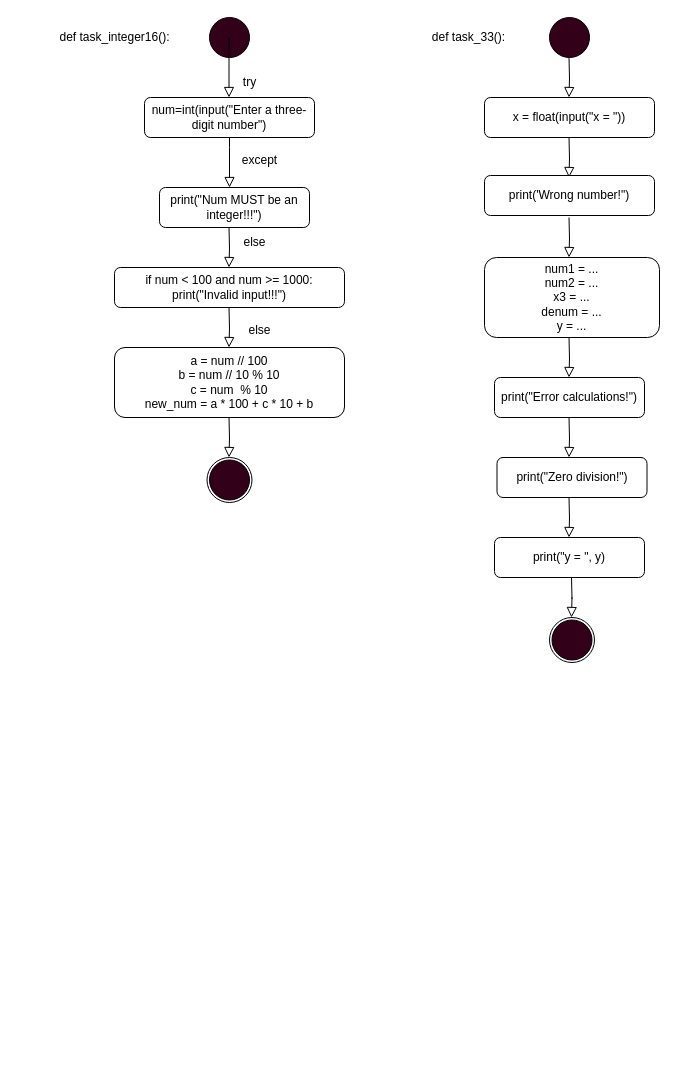
Earlier version of the draw.io diagram Диаграмма без названия.drawio (Lersis09/lr1_oop). Source tidied: cells renumbered, new cells numbered last; positions are measured from the earlier drawing's top-left corner, leaving out a move shared by most shapes. Both pictures are drawn from the tidied source at 100%, with x=0, y=0 at pixel (49, 17).
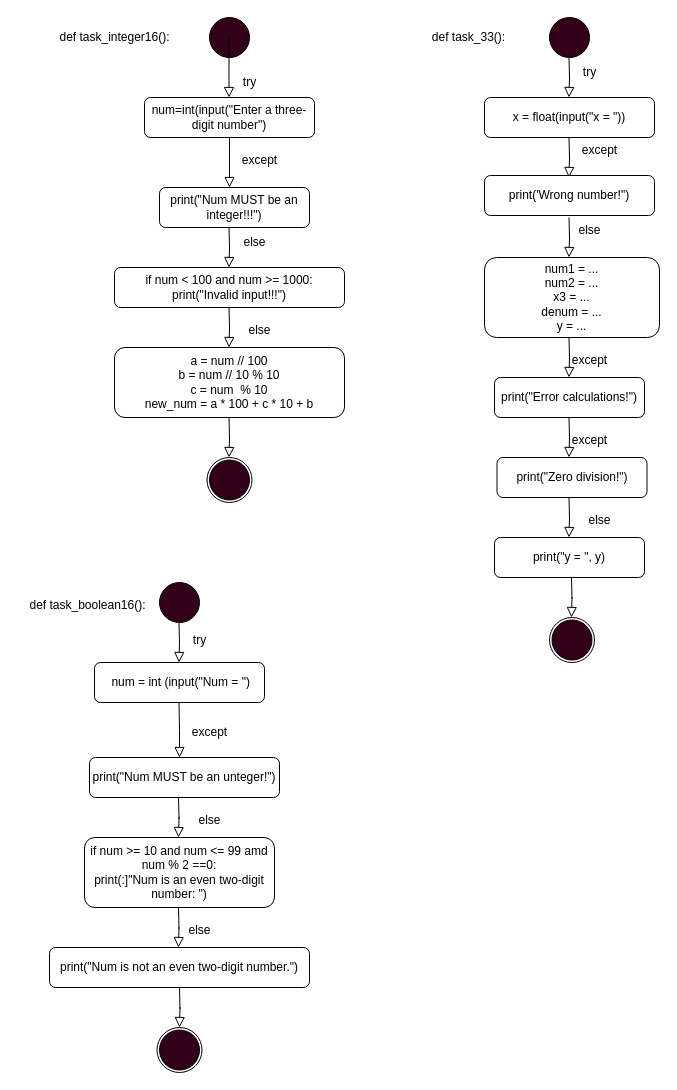
The same page after the edit.

Change to the diagram source:
```diff
@@
+    <mxCell id="36" style="verticalLabelPosition=bottom;verticalAlign=top;html=1;shape=mxgraph.flowchart.on-page_reference;fillColor=#33001A;" parent="1" vertex="1">
+      <mxGeometry x="110" y="565" width="40" height="40" as="geometry" />
+    </mxCell>
+    <mxCell id="37" style="rounded=0;html=1;jettySize=auto;orthogonalLoop=1;fontSize=11;endArrow=block;endFill=0;endSize=8;strokeWidth=1;shadow=0;labelBackgroundColor=none;edgeStyle=orthogonalEdgeStyle;" parent="1" edge="1">
+      <mxGeometry y="20" relative="1" as="geometry">
+        <mxPoint x="129.5" y="605" as="sourcePoint" />
+        <mxPoint x="129.5" y="645" as="targetPoint" />
+      </mxGeometry>
+    </mxCell>
+    <mxCell id="38" value="try" style="text;html=1;align=center;verticalAlign=middle;strokeColor=none;fillColor=none;" parent="1" vertex="1">
+      <mxGeometry x="520" y="40" width="40" height="30" as="geometry" />
+    </mxCell>
+    <mxCell id="39" value="except" style="text;html=1;align=center;verticalAlign=middle;strokeColor=none;fillColor=none;" parent="1" vertex="1">
+      <mxGeometry x="520" y="118" width="60" height="30" as="geometry" />
+    </mxCell>
+    <mxCell id="40" value="else" style="text;html=1;align=center;verticalAlign=middle;strokeColor=none;fillColor=none;" parent="1" vertex="1">
+      <mxGeometry x="515" y="198" width="50" height="30" as="geometry" />
+    </mxCell>
+    <mxCell id="41" value="except" style="text;html=1;align=center;verticalAlign=middle;strokeColor=none;fillColor=none;" parent="1" vertex="1">
+      <mxGeometry x="510" y="328" width="60" height="30" as="geometry" />
+    </mxCell>
+    <mxCell id="42" value="except" style="text;html=1;align=center;verticalAlign=middle;strokeColor=none;fillColor=none;" parent="1" vertex="1">
+      <mxGeometry x="510" y="408" width="60" height="30" as="geometry" />
+    </mxCell>
+    <mxCell id="43" value="else" style="text;html=1;align=center;verticalAlign=middle;strokeColor=none;fillColor=none;" parent="1" vertex="1">
+      <mxGeometry x="525" y="488" width="50" height="30" as="geometry" />
+    </mxCell>
+    <mxCell id="44" value="&amp;nbsp;num = int (input(&quot;Num = &quot;)" style="rounded=1;whiteSpace=wrap;html=1;fontSize=12;glass=0;strokeWidth=1;shadow=0;" parent="1" vertex="1">
+      <mxGeometry x="45" y="645" width="170" height="40" as="geometry" />
+    </mxCell>
+    <mxCell id="45" style="rounded=0;html=1;jettySize=auto;orthogonalLoop=1;fontSize=11;endArrow=block;endFill=0;endSize=8;strokeWidth=1;shadow=0;labelBackgroundColor=none;edgeStyle=orthogonalEdgeStyle;" parent="1" edge="1">
+      <mxGeometry y="20" relative="1" as="geometry">
+        <mxPoint x="129.5" y="685" as="sourcePoint" />
+        <mxPoint x="130" y="740" as="targetPoint" />
+      </mxGeometry>
+    </mxCell>
+    <mxCell id="46" value="try" style="text;html=1;align=center;verticalAlign=middle;strokeColor=none;fillColor=none;" parent="1" vertex="1">
+      <mxGeometry x="130" y="608" width="40" height="30" as="geometry" />
+    </mxCell>
+    <mxCell id="47" value="except" style="text;html=1;align=center;verticalAlign=middle;strokeColor=none;fillColor=none;" parent="1" vertex="1">
+      <mxGeometry x="130" y="700" width="60" height="30" as="geometry" />
+    </mxCell>
+    <mxCell id="48" value="print(&quot;Num MUST be an unteger!&quot;)" style="rounded=1;whiteSpace=wrap;html=1;fontSize=12;glass=0;strokeWidth=1;shadow=0;" parent="1" vertex="1">
+      <mxGeometry x="40" y="740" width="190" height="40" as="geometry" />
+    </mxCell>
+    <mxCell id="49" style="rounded=0;html=1;jettySize=auto;orthogonalLoop=1;fontSize=11;endArrow=block;endFill=0;endSize=8;strokeWidth=1;shadow=0;labelBackgroundColor=none;edgeStyle=orthogonalEdgeStyle;" parent="1" edge="1">
+      <mxGeometry y="20" relative="1" as="geometry">
+        <mxPoint x="129" y="780" as="sourcePoint" />
+        <mxPoint x="129" y="820" as="targetPoint" />
+      </mxGeometry>
+    </mxCell>
+    <mxCell id="50" style="rounded=0;html=1;jettySize=auto;orthogonalLoop=1;fontSize=11;endArrow=block;endFill=0;endSize=8;strokeWidth=1;shadow=0;labelBackgroundColor=none;edgeStyle=orthogonalEdgeStyle;" parent="1" edge="1">
+      <mxGeometry y="20" relative="1" as="geometry">
+        <mxPoint x="129" y="890" as="sourcePoint" />
+        <mxPoint x="129" y="930" as="targetPoint" />
+      </mxGeometry>
+    </mxCell>
+    <mxCell id="51" value="if num &amp;gt;= 10 and num &amp;lt;= 99 amd num % 2 ==0:&lt;br&gt;print(:]&quot;Num is an even two-digit number: &quot;)&lt;br&gt;" style="rounded=1;whiteSpace=wrap;html=1;fontSize=12;glass=0;strokeWidth=1;shadow=0;" parent="1" vertex="1">
+      <mxGeometry x="35" y="820" width="190" height="70" as="geometry" />
+    </mxCell>
+    <mxCell id="52" value="print(&quot;Num is not an even two-digit number.&quot;)" style="rounded=1;whiteSpace=wrap;html=1;fontSize=12;glass=0;strokeWidth=1;shadow=0;" parent="1" vertex="1">
+      <mxGeometry y="930" width="260" height="40" as="geometry" />
+    </mxCell>
+    <mxCell id="53" style="rounded=0;html=1;jettySize=auto;orthogonalLoop=1;fontSize=11;endArrow=block;endFill=0;endSize=8;strokeWidth=1;shadow=0;labelBackgroundColor=none;edgeStyle=orthogonalEdgeStyle;" parent="1" edge="1">
+      <mxGeometry y="20" relative="1" as="geometry">
+        <mxPoint x="130" y="970" as="sourcePoint" />
+        <mxPoint x="130" y="1010" as="targetPoint" />
+      </mxGeometry>
+    </mxCell>
+    <mxCell id="54" value="else" style="text;html=1;align=center;verticalAlign=middle;strokeColor=none;fillColor=none;" parent="1" vertex="1">
+      <mxGeometry x="135" y="788" width="50" height="30" as="geometry" />
+    </mxCell>
+    <mxCell id="55" value="else" style="text;html=1;align=center;verticalAlign=middle;strokeColor=none;fillColor=none;" parent="1" vertex="1">
+      <mxGeometry x="125" y="898" width="50" height="30" as="geometry" />
+    </mxCell>
+    <mxCell id="56" style="verticalLabelPosition=bottom;verticalAlign=top;html=1;shape=mxgraph.flowchart.on-page_reference;fillColor=#33001A;" parent="1" vertex="1">
+      <mxGeometry x="110" y="1012.5" width="40" height="40" as="geometry" />
+    </mxCell>
+    <mxCell id="57" style="ellipse;whiteSpace=wrap;html=1;fillColor=none;" parent="1" vertex="1">
+      <mxGeometry x="107.5" y="1010" width="45" height="45" as="geometry" />
+    </mxCell>
+    <mxCell id="58" value="def task_boolean16():" style="text;html=1;align=center;verticalAlign=middle;strokeColor=none;fillColor=none;" parent="1" vertex="1">
+      <mxGeometry x="-32.5" y="572.5" width="140" height="30" as="geometry" />
+    </mxCell>
```
